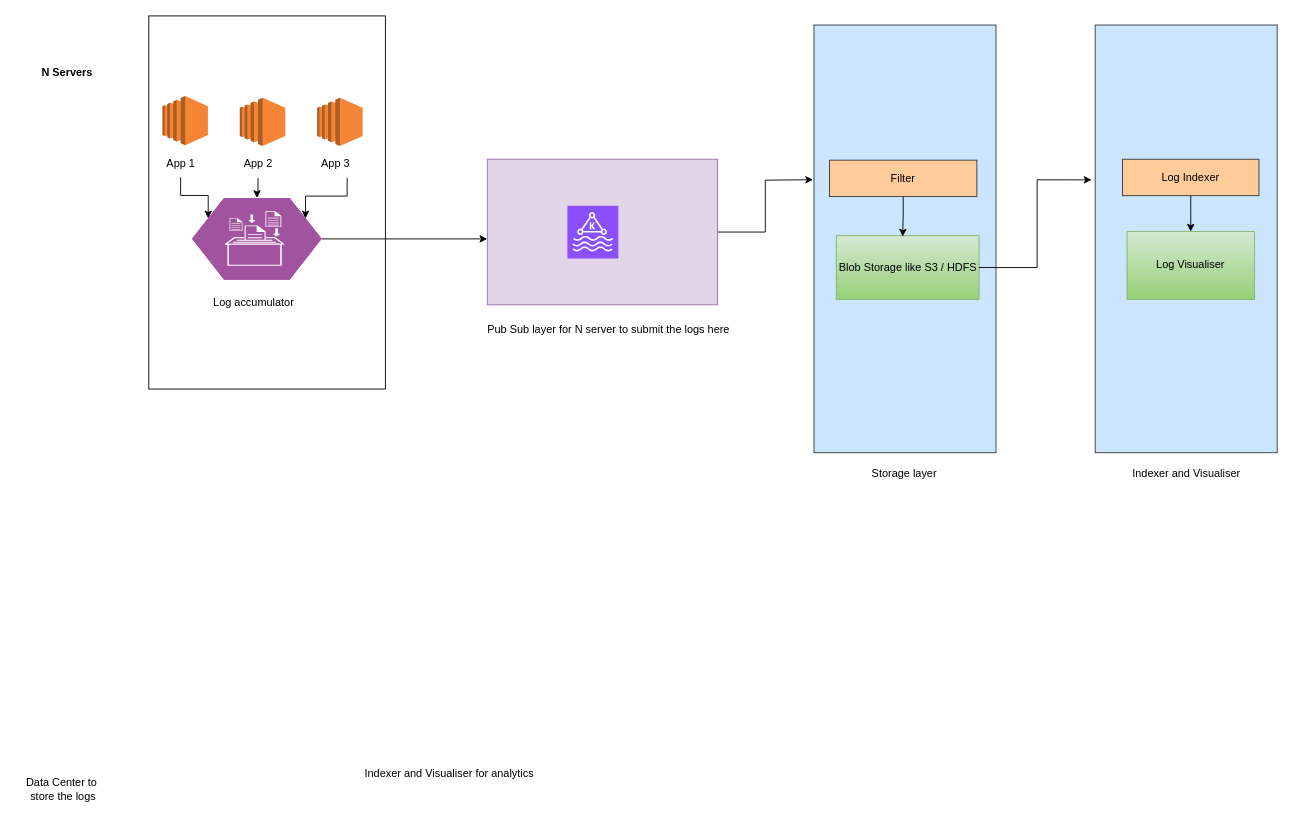
anshul1790/system-design-playground keeps this draw.io diagram as distributed-search/distributed-search.drawio. Above is the earlier version. Source tidied: cells renumbered, new cells numbered last; positions are measured from the earlier drawing's top-left corner, leaving out a move shared by most shapes. Both pictures are drawn from the tidied source at 91%, with x=0, y=0 at pixel (15, 15).
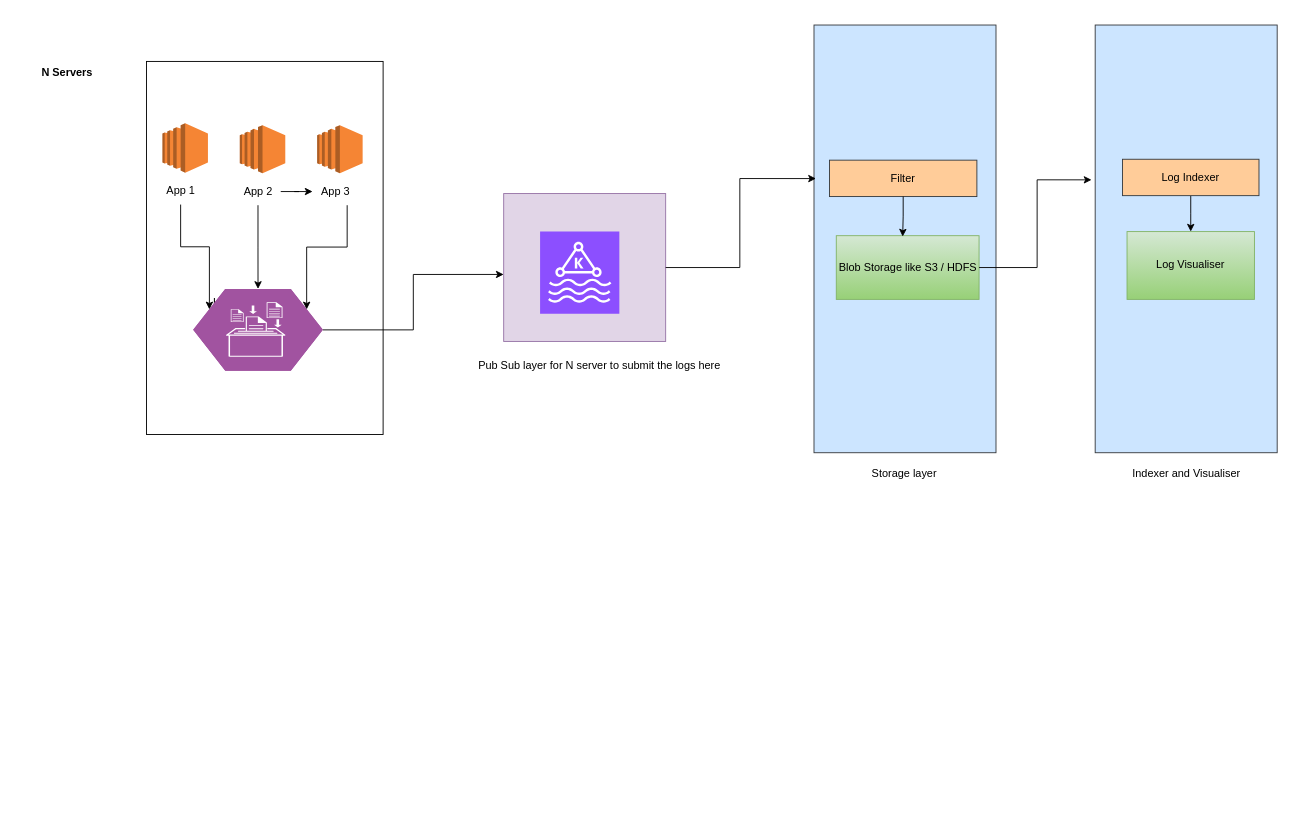
After the change.

The change refers to these unchanged cells:
```xml
<mxCell id="5" style="rounded=0;whiteSpace=wrap;html=1;fillColor=#cce5ff;strokeColor=#36393d;" parent="1" vertex="1">
  <mxGeometry x="877" y="10" width="200" height="470" as="geometry" />
</mxCell>
<mxCell id="21" value="App 2" style="text;html=1;align=center;verticalAlign=middle;points=[];strokeColor=none;fillColor=none;" parent="19" vertex="1">
  <mxGeometry y="58" width="50" height="30" as="geometry" />
</mxCell>
<mxCell id="24" value="App 3" style="text;html=1;align=center;verticalAlign=middle;points=[];strokeColor=none;fillColor=none;" parent="22" vertex="1">
  <mxGeometry y="58" width="50" height="30" as="geometry" />
</mxCell>
<mxCell id="29" value="App 1" style="text;html=1;align=center;verticalAlign=middle;points=[];strokeColor=none;fillColor=none;" parent="27" vertex="1">
  <mxGeometry y="59.3" width="50" height="30" as="geometry" />
</mxCell>
```

Change to the diagram source:
```diff
@@
     <mxCell id="2" style="rounded=0;whiteSpace=wrap;html=1;" parent="1" vertex="1">
-      <mxGeometry x="146" width="260" height="410" as="geometry" />
+      <mxGeometry x="143.5" y="50" width="260" height="410" as="geometry" />
     </mxCell>
@@
-    <mxCell id="6" style="edgeStyle=orthogonalEdgeStyle;rounded=0;jettySize=auto;html=1;" parent="1" edge="1" source="7">
-      <mxGeometry relative="1" as="geometry">
-        <mxPoint x="876" y="180" as="targetPoint" />
-      </mxGeometry>
-    </mxCell>
     <mxCell id="7" style="rounded=0;whiteSpace=wrap;html=1;fillColor=#e1d5e7;strokeColor=#9673a6;" parent="1" vertex="1">
-      <mxGeometry x="518" y="157.5" width="253" height="160" as="geometry" />
+      <mxGeometry x="536" y="195.2" width="178" height="162.5" as="geometry" />
     </mxCell>
     <mxCell id="8" style="sketch=0;fontColor=#232F3E;fillColor=#8C4FFF;strokeColor=#ffffff;dashed=0;verticalLabelPosition=bottom;verticalAlign=top;align=center;html=1;fontSize=12;fontStyle=0;shape=mxgraph.aws4.resourceIcon;resIcon=mxgraph.aws4.managed_streaming_for_kafka;" parent="1" vertex="1">
-      <mxGeometry x="606" y="208.5" width="56" height="58" as="geometry" />
+      <mxGeometry x="576" y="237" width="87.1" height="90.2" as="geometry" />
     </mxCell>
@@
-    <mxCell id="12" value="Data Center to&lt;div&gt;&amp;nbsp;store the logs&lt;/div&gt;" style="text;html=1;align=center;verticalAlign=middle;strokeColor=none;fillColor=none;" parent="1" vertex="1">
-      <mxGeometry y="830" width="100" height="40" as="geometry" />
-    </mxCell>
@@
-    <mxCell id="17" value="Indexer and Visualiser for analytics" style="text;html=1;align=center;verticalAlign=middle;strokeColor=none;fillColor=none;" parent="1" vertex="1">
-      <mxGeometry x="371" y="818" width="210" height="30" as="geometry" />
-    </mxCell>
     <mxCell id="18" style="group;" parent="1" vertex="1">
-      <mxGeometry x="166" y="90" width="215" height="200" as="geometry" />
+      <mxGeometry x="166" y="120" width="215" height="200" as="geometry" />
     </mxCell>
@@
-    <mxCell id="25" style="verticalLabelPosition=bottom;sketch=0;html=1;fillColor=#A153A0;strokeColor=#ffffff;verticalAlign=top;align=center;points=[[0,0.5,0],[0.125,0.25,0],[0.25,0,0],[0.5,0,0],[0.75,0,0],[0.875,0.25,0],[1,0.5,0],[0.875,0.75,0],[0.75,1,0],[0.5,1,0],[0.125,0.75,0]];shape=mxgraph.cisco_safe.compositeIcon;bgIcon=mxgraph.cisco_safe.design.blank_device;resIcon=mxgraph.cisco_safe.design.log_collector;" parent="18" vertex="1">
-      <mxGeometry x="27.5" y="110" width="142.5" height="90" as="geometry" />
-    </mxCell>
-    <mxCell id="26" style="edgeStyle=orthogonalEdgeStyle;rounded=0;jettySize=auto;html=1;entryX=0.875;entryY=0.25;entryDx=0;entryDy=0;entryPerimeter=0;exitX=0.76;exitY=1;exitDx=0;exitDy=0;exitPerimeter=0;" parent="18" edge="1" source="24" target="25">
-      <mxGeometry relative="1" as="geometry" />
-    </mxCell>
@@
-    <mxCell id="30" style="edgeStyle=orthogonalEdgeStyle;rounded=0;jettySize=auto;html=1;entryX=0.125;entryY=0.25;entryDx=0;entryDy=0;entryPerimeter=0;" parent="18" edge="1" source="29" target="25">
-      <mxGeometry relative="1" as="geometry" />
-    </mxCell>
-    <mxCell id="31" style="edgeStyle=orthogonalEdgeStyle;rounded=0;jettySize=auto;html=1;entryX=0.5;entryY=0;entryDx=0;entryDy=0;entryPerimeter=0;" parent="18" edge="1" source="21" target="25">
-      <mxGeometry relative="1" as="geometry" />
-    </mxCell>
+    <mxCell id="37" style="edgeStyle=orthogonalEdgeStyle;rounded=0;jettySize=auto;html=1;" parent="18" edge="1" source="21" target="24">
+      <mxGeometry relative="1" as="geometry" />
+    </mxCell>
@@
     <mxCell id="36" value="Pub Sub layer for N server to submit the logs here" style="text;html=1;align=center;verticalAlign=middle;strokeColor=none;fillColor=none;" parent="1" vertex="1">
-      <mxGeometry x="506" y="330" width="290" height="30" as="geometry" />
+      <mxGeometry x="496" y="370" width="290" height="30" as="geometry" />
     </mxCell>
+    <mxCell id="25" style="verticalLabelPosition=bottom;sketch=0;html=1;fillColor=#A153A0;strokeColor=#ffffff;verticalAlign=top;align=center;points=[[0,0.5,0],[0.125,0.25,0],[0.25,0,0],[0.5,0,0],[0.75,0,0],[0.875,0.25,0],[1,0.5,0],[0.875,0.75,0],[0.75,1,0],[0.5,1,0],[0.125,0.75,0]];shape=mxgraph.cisco_safe.compositeIcon;bgIcon=mxgraph.cisco_safe.design.blank_device;resIcon=mxgraph.cisco_safe.design.log_collector;" parent="1" vertex="1">
+      <mxGeometry x="194.8" y="300" width="142.5" height="90" as="geometry" />
+    </mxCell>
+    <mxCell id="26" style="edgeStyle=orthogonalEdgeStyle;rounded=0;jettySize=auto;html=1;entryX=0.875;entryY=0.25;entryDx=0;entryDy=0;entryPerimeter=0;exitX=0.76;exitY=1;exitDx=0;exitDy=0;exitPerimeter=0;" parent="1" edge="1" source="24" target="25">
+      <mxGeometry relative="1" as="geometry" />
+    </mxCell>
+    <mxCell id="30" style="edgeStyle=orthogonalEdgeStyle;rounded=0;jettySize=auto;html=1;entryX=0.125;entryY=0.25;entryDx=0;entryDy=0;entryPerimeter=0;" parent="1" edge="1" source="29" target="25">
+      <mxGeometry relative="1" as="geometry" />
+    </mxCell>
+    <mxCell id="31" style="edgeStyle=orthogonalEdgeStyle;rounded=0;jettySize=auto;html=1;entryX=0.5;entryY=0;entryDx=0;entryDy=0;entryPerimeter=0;" parent="1" edge="1" source="21" target="25">
+      <mxGeometry relative="1" as="geometry" />
+    </mxCell>
+    <mxCell id="38" style="edgeStyle=orthogonalEdgeStyle;rounded=0;jettySize=auto;html=1;entryX=0.011;entryY=0.359;entryDx=0;entryDy=0;entryPerimeter=0;" parent="1" edge="1" source="7" target="5">
+      <mxGeometry relative="1" as="geometry" />
+    </mxCell>
```
